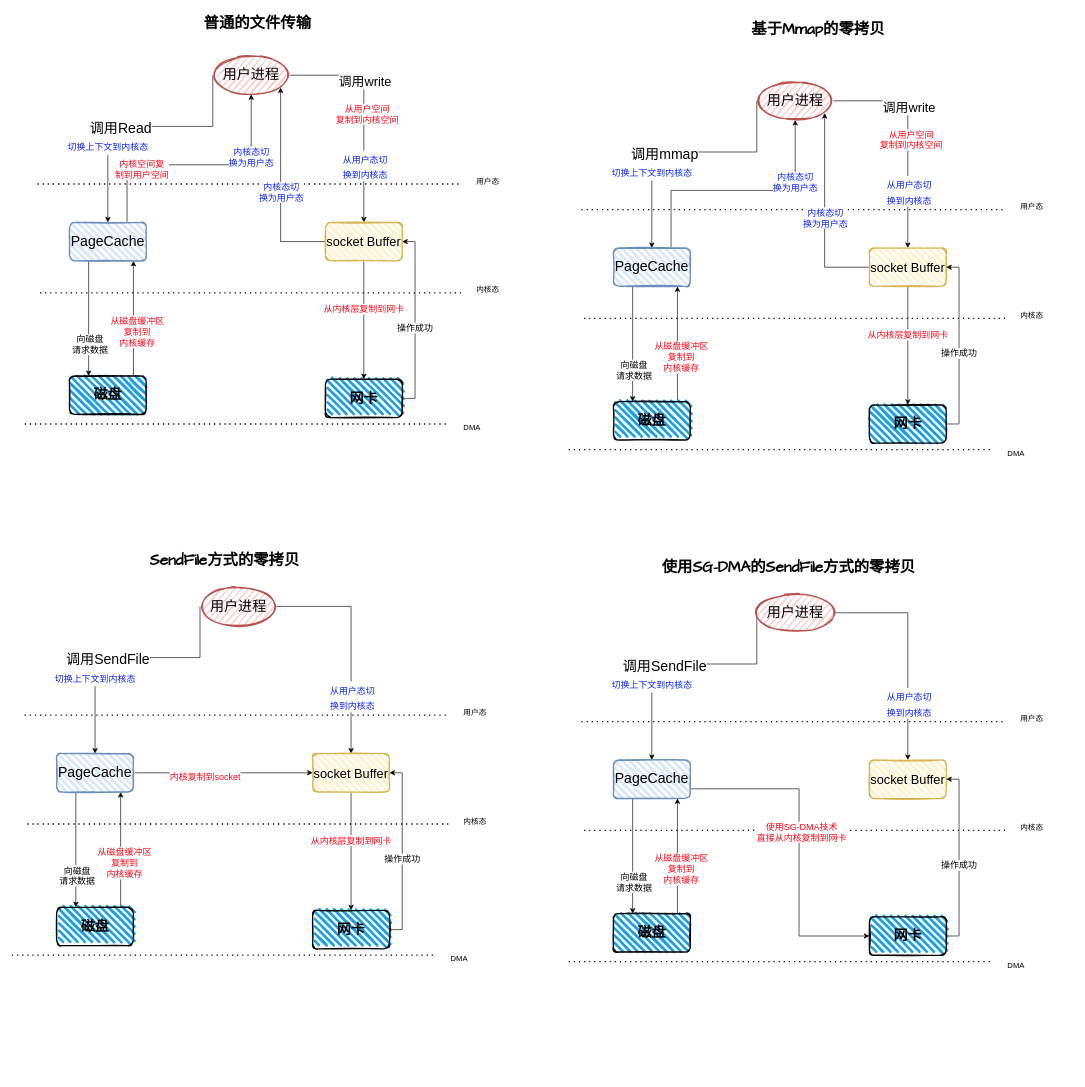
This is My-Diagram.drawio from jenkinZhou/online-face, a draw.io file, before an edit. Source tidied: cells renumbered, new cells numbered last; positions are measured from the earlier drawing's top-left corner, leaving out a move shared by most shapes. Both pictures are drawn from the tidied source at 64%, with x=0, y=0 at pixel (12, 11).
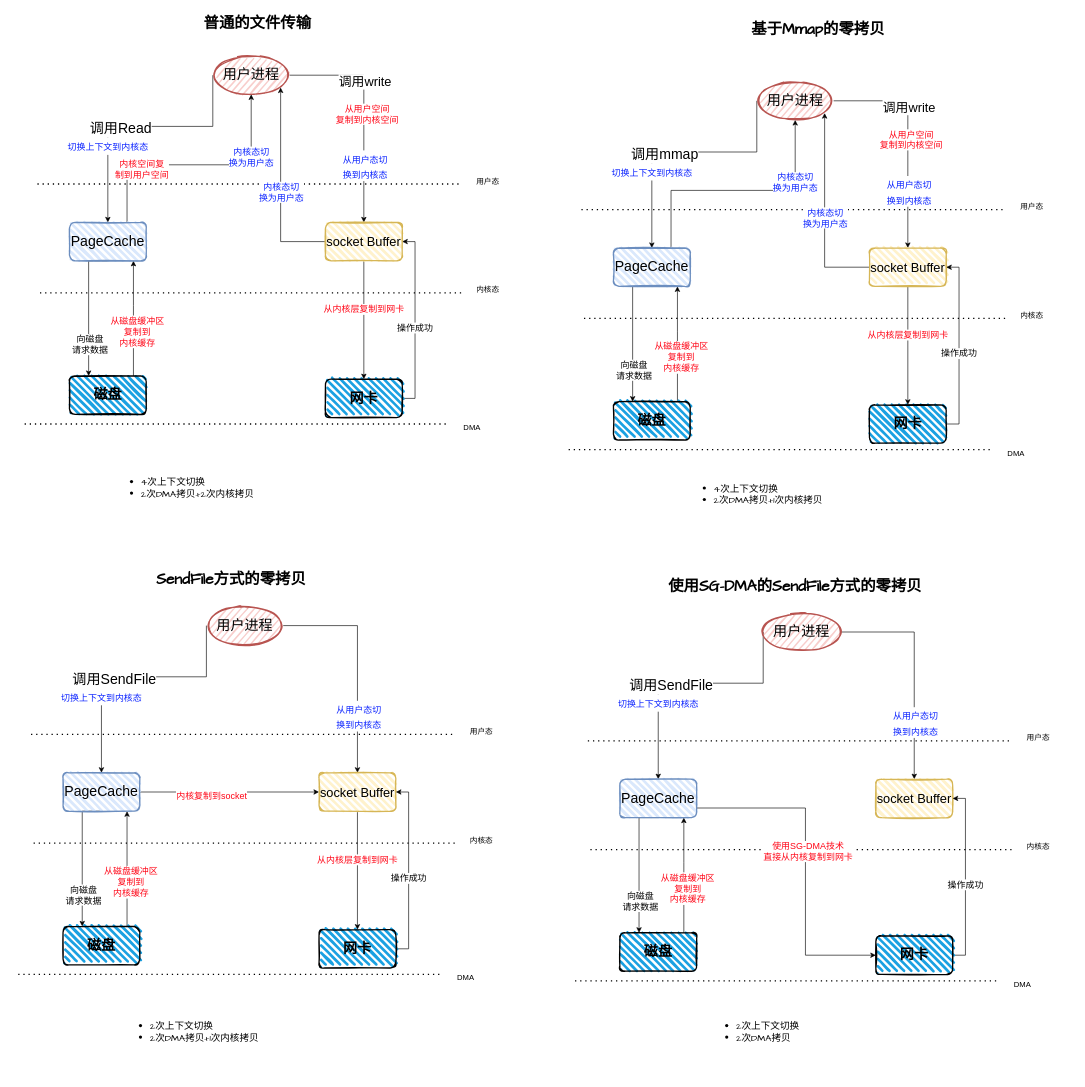
The same page after the edit.

The edit, as a diff of the source:
```diff
@@
     <mxCell id="33" style="endArrow=none;dashed=1;html=1;dashPattern=1 3;strokeWidth=2;rounded=0;" parent="1" edge="1">
       <mxGeometry relative="1" as="geometry">
-        <mxPoint x="20" y="1100" as="sourcePoint" />
-        <mxPoint x="680" y="1100" as="targetPoint" />
+        <mxPoint x="30" y="1130" as="sourcePoint" />
+        <mxPoint x="690" y="1130" as="targetPoint" />
       </mxGeometry>
     </mxCell>
     <mxCell id="34" style="endArrow=none;dashed=1;html=1;dashPattern=1 3;strokeWidth=2;rounded=0;" parent="1" edge="1">
       <mxGeometry relative="1" as="geometry">
-        <mxPoint x="24" y="1270" as="sourcePoint" />
-        <mxPoint x="684" y="1270" as="targetPoint" />
+        <mxPoint x="34" y="1300" as="sourcePoint" />
+        <mxPoint x="694" y="1300" as="targetPoint" />
       </mxGeometry>
     </mxCell>
     <mxCell id="35" style="endArrow=none;dashed=1;html=1;dashPattern=1 3;strokeWidth=2;rounded=0;" parent="1" edge="1">
       <mxGeometry relative="1" as="geometry">
-        <mxPoint y="1475" as="sourcePoint" />
-        <mxPoint x="660" y="1475" as="targetPoint" />
+        <mxPoint x="10" y="1505" as="sourcePoint" />
+        <mxPoint x="670" y="1505" as="targetPoint" />
         <Array as="points">
-          <mxPoint x="320" y="1475" />
+          <mxPoint x="330" y="1505" />
         </Array>
       </mxGeometry>
     </mxCell>
     <mxCell id="36" value="用户态" style="text;strokeColor=none;fillColor=none;align=left;verticalAlign=middle;spacingLeft=4;spacingRight=4;overflow=hidden;" parent="1" vertex="1">
-      <mxGeometry x="700" y="1080" width="80" height="30" as="geometry" />
+      <mxGeometry x="710" y="1110" width="80" height="30" as="geometry" />
     </mxCell>
     <mxCell id="37" value="内核态" style="text;strokeColor=none;fillColor=none;align=left;verticalAlign=middle;spacingLeft=4;spacingRight=4;overflow=hidden;" parent="1" vertex="1">
-      <mxGeometry x="700" y="1250" width="80" height="30" as="geometry" />
+      <mxGeometry x="710" y="1280" width="80" height="30" as="geometry" />
     </mxCell>
     <mxCell id="38" value="DMA" style="text;strokeColor=none;fillColor=none;align=left;verticalAlign=middle;spacingLeft=4;spacingRight=4;overflow=hidden;" parent="1" vertex="1">
-      <mxGeometry x="680" y="1465" width="80" height="30" as="geometry" />
+      <mxGeometry x="690" y="1495" width="80" height="30" as="geometry" />
     </mxCell>
     <mxCell id="39" style="edgeStyle=orthogonalEdgeStyle;rounded=0;jettySize=auto;html=1;fontSize=14;" parent="1" edge="1" source="41" target="52">
       <mxGeometry relative="1" as="geometry">
         <Array as="points">
-          <mxPoint x="170" y="1290" />
-          <mxPoint x="170" y="1290" />
+          <mxPoint x="180" y="1320" />
+          <mxPoint x="180" y="1320" />
         </Array>
       </mxGeometry>
     </mxCell>
@@
     <mxCell id="41" value="&lt;b&gt;&lt;font style=&quot;font-size: 22px;&quot;&gt;磁盘&lt;/font&gt;&lt;/b&gt;" style="rounded=1;whiteSpace=wrap;html=1;strokeWidth=2;fillWeight=4;hachureGap=8;hachureAngle=45;fillColor=#1ba1e2;sketch=1;" parent="1" vertex="1">
-      <mxGeometry x="70" y="1400" width="120" height="60" as="geometry" />
+      <mxGeometry x="80" y="1430" width="120" height="60" as="geometry" />
     </mxCell>
     <mxCell id="42" style="edgeStyle=orthogonalEdgeStyle;rounded=0;jettySize=auto;html=1;exitX=0;exitY=0.5;exitDx=0;exitDy=0;fontSize=22;" parent="1" edge="1" source="47" target="52">
       <mxGeometry relative="1" as="geometry">
         <Array as="points">
-          <mxPoint x="130" y="1010" />
+          <mxPoint x="140" y="1040" />
         </Array>
       </mxGeometry>
     </mxCell>
@@
     <mxCell id="45" style="edgeStyle=orthogonalEdgeStyle;rounded=0;jettySize=auto;html=1;exitX=1;exitY=0.5;exitDx=0;exitDy=0;fontSize=20;" parent="1" edge="1" source="47" target="55">
       <mxGeometry relative="1" as="geometry">
         <Array as="points">
-          <mxPoint x="530" y="930" />
+          <mxPoint x="540" y="960" />
         </Array>
       </mxGeometry>
     </mxCell>
@@
     <mxCell id="47" value="用户进程" style="ellipse;whiteSpace=wrap;html=1;strokeWidth=2;fillWeight=2;hachureGap=8;fillColor=#f8cecc;fillStyle=dots;sketch=1;fontSize=22;strokeColor=#b85450;" parent="1" vertex="1">
-      <mxGeometry x="294" y="900" width="120" height="60" as="geometry" />
+      <mxGeometry x="304" y="930" width="120" height="60" as="geometry" />
     </mxCell>
     <mxCell id="48" style="edgeStyle=orthogonalEdgeStyle;rounded=0;jettySize=auto;html=1;exitX=0.5;exitY=1;exitDx=0;exitDy=0;fontSize=14;" parent="1" edge="1" source="52" target="41">
       <mxGeometry relative="1" as="geometry">
         <Array as="points">
-          <mxPoint x="100" y="1220" />
+          <mxPoint x="110" y="1250" />
         </Array>
       </mxGeometry>
     </mxCell>
@@
     <mxCell id="52" value="PageCache" style="rounded=1;whiteSpace=wrap;html=1;strokeWidth=2;fillWeight=4;hachureGap=8;hachureAngle=45;fillColor=#dae8fc;sketch=1;fontSize=22;strokeColor=#6c8ebf;" parent="1" vertex="1">
-      <mxGeometry x="70" y="1160" width="120" height="60" as="geometry" />
+      <mxGeometry x="80" y="1190" width="120" height="60" as="geometry" />
     </mxCell>
@@
     <mxCell id="55" value="&lt;font style=&quot;font-size: 20px;&quot;&gt;socket Buffer&lt;/font&gt;" style="rounded=1;whiteSpace=wrap;html=1;strokeWidth=2;fillWeight=4;hachureGap=8;hachureAngle=45;fillColor=#fff2cc;sketch=1;fontSize=14;strokeColor=#d6b656;" parent="1" vertex="1">
-      <mxGeometry x="470" y="1160" width="120" height="60" as="geometry" />
+      <mxGeometry x="480" y="1190" width="120" height="60" as="geometry" />
     </mxCell>
     <mxCell id="56" style="edgeStyle=orthogonalEdgeStyle;rounded=0;jettySize=auto;html=1;entryX=1;entryY=0.5;entryDx=0;entryDy=0;fontSize=14;" parent="1" edge="1" source="58" target="55">
       <mxGeometry relative="1" as="geometry">
         <Array as="points">
-          <mxPoint x="610" y="1435" />
-          <mxPoint x="610" y="1190" />
+          <mxPoint x="620" y="1465" />
+          <mxPoint x="620" y="1220" />
         </Array>
       </mxGeometry>
     </mxCell>
@@
     <mxCell id="58" value="&lt;b&gt;&lt;font style=&quot;font-size: 22px;&quot;&gt;网卡&lt;/font&gt;&lt;/b&gt;" style="rounded=1;whiteSpace=wrap;html=1;strokeWidth=2;fillWeight=4;hachureGap=8;hachureAngle=45;fillColor=#1ba1e2;sketch=1;" parent="1" vertex="1">
-      <mxGeometry x="470" y="1405" width="120" height="60" as="geometry" />
+      <mxGeometry x="480" y="1435" width="120" height="60" as="geometry" />
     </mxCell>
@@
     <mxCell id="89" style="endArrow=none;dashed=1;html=1;dashPattern=1 3;strokeWidth=2;rounded=0;" parent="1" edge="1">
       <mxGeometry relative="1" as="geometry">
-        <mxPoint x="890" y="1110" as="sourcePoint" />
-        <mxPoint x="1550" y="1110" as="targetPoint" />
+        <mxPoint x="900" y="1140" as="sourcePoint" />
+        <mxPoint x="1560" y="1140" as="targetPoint" />
       </mxGeometry>
     </mxCell>
     <mxCell id="90" style="endArrow=none;dashed=1;html=1;dashPattern=1 3;strokeWidth=2;rounded=0;" parent="1" edge="1">
       <mxGeometry relative="1" as="geometry">
-        <mxPoint x="894" y="1280" as="sourcePoint" />
-        <mxPoint x="1554" y="1280" as="targetPoint" />
+        <mxPoint x="904" y="1310" as="sourcePoint" />
+        <mxPoint x="1564" y="1310" as="targetPoint" />
       </mxGeometry>
     </mxCell>
     <mxCell id="91" style="endArrow=none;dashed=1;html=1;dashPattern=1 3;strokeWidth=2;rounded=0;" parent="1" edge="1">
       <mxGeometry relative="1" as="geometry">
-        <mxPoint x="870" y="1485" as="sourcePoint" />
-        <mxPoint x="1530" y="1485" as="targetPoint" />
+        <mxPoint x="880" y="1515" as="sourcePoint" />
+        <mxPoint x="1540" y="1515" as="targetPoint" />
         <Array as="points">
-          <mxPoint x="1190" y="1485" />
+          <mxPoint x="1200" y="1515" />
         </Array>
       </mxGeometry>
     </mxCell>
     <mxCell id="92" value="用户态" style="text;strokeColor=none;fillColor=none;align=left;verticalAlign=middle;spacingLeft=4;spacingRight=4;overflow=hidden;" parent="1" vertex="1">
-      <mxGeometry x="1570" y="1090" width="80" height="30" as="geometry" />
+      <mxGeometry x="1580" y="1120" width="80" height="30" as="geometry" />
     </mxCell>
     <mxCell id="93" value="内核态" style="text;strokeColor=none;fillColor=none;align=left;verticalAlign=middle;spacingLeft=4;spacingRight=4;overflow=hidden;" parent="1" vertex="1">
-      <mxGeometry x="1570" y="1260" width="80" height="30" as="geometry" />
+      <mxGeometry x="1580" y="1290" width="80" height="30" as="geometry" />
     </mxCell>
     <mxCell id="94" value="DMA" style="text;strokeColor=none;fillColor=none;align=left;verticalAlign=middle;spacingLeft=4;spacingRight=4;overflow=hidden;" parent="1" vertex="1">
-      <mxGeometry x="1550" y="1475" width="80" height="30" as="geometry" />
+      <mxGeometry x="1560" y="1505" width="80" height="30" as="geometry" />
     </mxCell>
     <mxCell id="95" style="edgeStyle=orthogonalEdgeStyle;rounded=0;jettySize=auto;html=1;fontSize=14;" parent="1" edge="1" source="97" target="108">
       <mxGeometry relative="1" as="geometry">
         <Array as="points">
-          <mxPoint x="1040" y="1300" />
-          <mxPoint x="1040" y="1300" />
+          <mxPoint x="1050" y="1330" />
+          <mxPoint x="1050" y="1330" />
         </Array>
       </mxGeometry>
     </mxCell>
@@
     <mxCell id="97" value="&lt;b&gt;&lt;font style=&quot;font-size: 22px;&quot;&gt;磁盘&lt;/font&gt;&lt;/b&gt;" style="rounded=1;whiteSpace=wrap;html=1;strokeWidth=2;fillWeight=4;hachureGap=8;hachureAngle=45;fillColor=#1ba1e2;sketch=1;" parent="1" vertex="1">
-      <mxGeometry x="940" y="1410" width="120" height="60" as="geometry" />
+      <mxGeometry x="950" y="1440" width="120" height="60" as="geometry" />
     </mxCell>
     <mxCell id="98" style="edgeStyle=orthogonalEdgeStyle;rounded=0;jettySize=auto;html=1;exitX=0;exitY=0.5;exitDx=0;exitDy=0;fontSize=22;" parent="1" edge="1" source="103" target="108">
       <mxGeometry relative="1" as="geometry">
         <Array as="points">
-          <mxPoint x="1000" y="1020" />
+          <mxPoint x="1010" y="1050" />
         </Array>
       </mxGeometry>
     </mxCell>
@@
     <mxCell id="101" style="edgeStyle=orthogonalEdgeStyle;rounded=0;jettySize=auto;html=1;exitX=1;exitY=0.5;exitDx=0;exitDy=0;fontSize=20;" parent="1" edge="1" source="103" target="109">
       <mxGeometry relative="1" as="geometry">
         <Array as="points">
-          <mxPoint x="1400" y="940" />
+          <mxPoint x="1410" y="970" />
         </Array>
       </mxGeometry>
     </mxCell>
@@
     <mxCell id="103" value="用户进程" style="ellipse;whiteSpace=wrap;html=1;strokeWidth=2;fillWeight=2;hachureGap=8;fillColor=#f8cecc;fillStyle=dots;sketch=1;fontSize=22;strokeColor=#b85450;" parent="1" vertex="1">
-      <mxGeometry x="1164" y="910" width="120" height="60" as="geometry" />
+      <mxGeometry x="1174" y="940" width="120" height="60" as="geometry" />
     </mxCell>
     <mxCell id="104" style="edgeStyle=orthogonalEdgeStyle;rounded=0;jettySize=auto;html=1;exitX=0.5;exitY=1;exitDx=0;exitDy=0;fontSize=14;" parent="1" edge="1" source="108" target="97">
       <mxGeometry relative="1" as="geometry">
         <Array as="points">
-          <mxPoint x="970" y="1230" />
+          <mxPoint x="980" y="1260" />
         </Array>
       </mxGeometry>
     </mxCell>
@@
     <mxCell id="106" style="edgeStyle=orthogonalEdgeStyle;rounded=0;jettySize=auto;html=1;exitX=1;exitY=0.75;exitDx=0;exitDy=0;entryX=0;entryY=0.5;entryDx=0;entryDy=0;fontSize=14;fontColor=#FF0516;strokeColor=#000000;" parent="1" edge="1" source="108" target="112">
       <mxGeometry relative="1" as="geometry">
         <Array as="points">
-          <mxPoint x="1230" y="1215" />
-          <mxPoint x="1230" y="1445" />
+          <mxPoint x="1240" y="1245" />
+          <mxPoint x="1240" y="1475" />
         </Array>
       </mxGeometry>
     </mxCell>
@@
     <mxCell id="108" value="PageCache" style="rounded=1;whiteSpace=wrap;html=1;strokeWidth=2;fillWeight=4;hachureGap=8;hachureAngle=45;fillColor=#dae8fc;sketch=1;fontSize=22;strokeColor=#6c8ebf;" parent="1" vertex="1">
-      <mxGeometry x="940" y="1170" width="120" height="60" as="geometry" />
+      <mxGeometry x="950" y="1200" width="120" height="60" as="geometry" />
     </mxCell>
     <mxCell id="109" value="&lt;font style=&quot;font-size: 20px;&quot;&gt;socket Buffer&lt;/font&gt;" style="rounded=1;whiteSpace=wrap;html=1;strokeWidth=2;fillWeight=4;hachureGap=8;hachureAngle=45;fillColor=#fff2cc;sketch=1;fontSize=14;strokeColor=#d6b656;" parent="1" vertex="1">
-      <mxGeometry x="1340" y="1170" width="120" height="60" as="geometry" />
+      <mxGeometry x="1350" y="1200" width="120" height="60" as="geometry" />
     </mxCell>
     <mxCell id="110" style="edgeStyle=orthogonalEdgeStyle;rounded=0;jettySize=auto;html=1;entryX=1;entryY=0.5;entryDx=0;entryDy=0;fontSize=14;" parent="1" edge="1" source="112" target="109">
       <mxGeometry relative="1" as="geometry">
         <Array as="points">
-          <mxPoint x="1480" y="1445" />
-          <mxPoint x="1480" y="1200" />
+          <mxPoint x="1490" y="1475" />
+          <mxPoint x="1490" y="1230" />
         </Array>
       </mxGeometry>
     </mxCell>
@@
     <mxCell id="112" value="&lt;b&gt;&lt;font style=&quot;font-size: 22px;&quot;&gt;网卡&lt;/font&gt;&lt;/b&gt;" style="rounded=1;whiteSpace=wrap;html=1;strokeWidth=2;fillWeight=4;hachureGap=8;hachureAngle=45;fillColor=#1ba1e2;sketch=1;" parent="1" vertex="1">
-      <mxGeometry x="1340" y="1415" width="120" height="60" as="geometry" />
+      <mxGeometry x="1350" y="1445" width="120" height="60" as="geometry" />
     </mxCell>
     <mxCell id="113" value="SendFile方式的零拷贝" style="text;strokeColor=none;fillColor=none;align=left;verticalAlign=middle;spacingLeft=4;spacingRight=4;overflow=hidden;fontSize=24;fontColor=#000000;fontStyle=1;fontFamily=Comic Sans MS;labelBorderColor=none;labelBackgroundColor=none;" parent="1" vertex="1">
-      <mxGeometry x="210" y="840" width="347" height="30" as="geometry" />
+      <mxGeometry x="220" y="870" width="347" height="30" as="geometry" />
     </mxCell>
     <mxCell id="114" value="使用SG-DMA的SendFile方式的零拷贝" style="text;strokeColor=none;fillColor=none;align=left;verticalAlign=middle;spacingLeft=4;spacingRight=4;overflow=hidden;fontSize=24;fontColor=#000000;fontStyle=1;fontFamily=Comic Sans MS;labelBorderColor=none;labelBackgroundColor=none;" parent="1" vertex="1">
-      <mxGeometry x="1010" y="850" width="450" height="30" as="geometry" />
+      <mxGeometry x="1020" y="880" width="450" height="30" as="geometry" />
     </mxCell>
@@
+    <mxCell id="117" value="&lt;ul style=&quot;font-size: 15px;&quot;&gt;&lt;li&gt;4次上下文切换&lt;/li&gt;&lt;li&gt;2次DMA拷贝+2次内核拷贝&lt;/li&gt;&lt;/ul&gt;" style="text;strokeColor=none;fillColor=none;html=1;whiteSpace=wrap;verticalAlign=middle;overflow=hidden;labelBackgroundColor=none;labelBorderColor=none;fontFamily=Comic Sans MS;fontSize=24;fontColor=#000000;" parent="1" vertex="1">
+      <mxGeometry x="160" y="675" width="380" height="140" as="geometry" />
+    </mxCell>
+    <mxCell id="118" value="&lt;ul style=&quot;font-size: 15px;&quot;&gt;&lt;li&gt;4次上下文切换&lt;/li&gt;&lt;li&gt;2次DMA拷贝+1次内核拷贝&lt;/li&gt;&lt;/ul&gt;" style="text;strokeColor=none;fillColor=none;html=1;whiteSpace=wrap;verticalAlign=middle;overflow=hidden;labelBackgroundColor=none;labelBorderColor=none;fontFamily=Comic Sans MS;fontSize=24;fontColor=#000000;" parent="1" vertex="1">
+      <mxGeometry x="1055" y="685" width="380" height="140" as="geometry" />
+    </mxCell>
+    <mxCell id="119" value="&lt;ul style=&quot;font-size: 15px;&quot;&gt;&lt;li&gt;2次上下文切换&lt;/li&gt;&lt;li&gt;2次DMA拷贝+1次内核拷贝&lt;/li&gt;&lt;/ul&gt;" style="text;strokeColor=none;fillColor=none;html=1;whiteSpace=wrap;verticalAlign=middle;overflow=hidden;labelBackgroundColor=none;labelBorderColor=none;fontFamily=Comic Sans MS;fontSize=24;fontColor=#000000;" parent="1" vertex="1">
+      <mxGeometry x="174" y="1525" width="380" height="140" as="geometry" />
+    </mxCell>
+    <mxCell id="120" value="&lt;ul style=&quot;font-size: 15px;&quot;&gt;&lt;li&gt;2次上下文切换&lt;/li&gt;&lt;li&gt;2次DMA拷贝&lt;/li&gt;&lt;/ul&gt;" style="text;strokeColor=none;fillColor=none;html=1;whiteSpace=wrap;verticalAlign=middle;overflow=hidden;labelBackgroundColor=none;labelBorderColor=none;fontFamily=Comic Sans MS;fontSize=24;fontColor=#000000;" parent="1" vertex="1">
+      <mxGeometry x="1090" y="1525" width="380" height="140" as="geometry" />
+    </mxCell>
```
